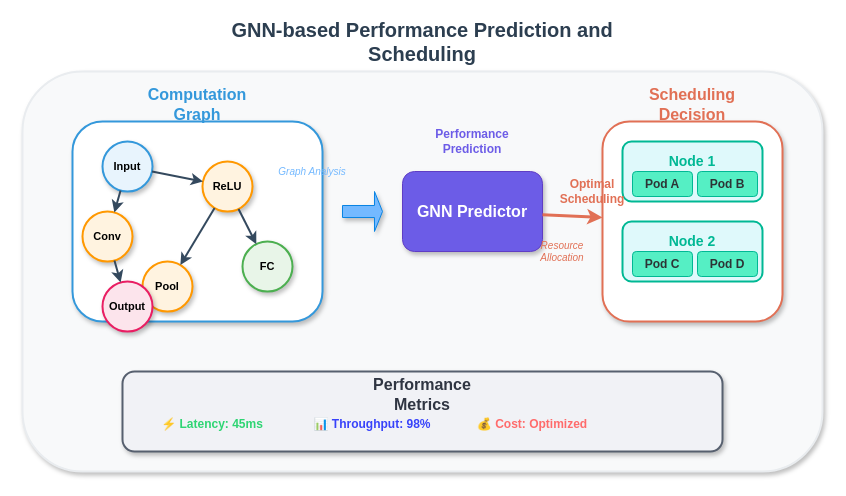
Earlier version of the draw.io diagram drawio_figs/buaa_proposal/研究技术路线.drawio (Jinghao-coding/paperstudy). Source tidied: cells renumbered, new cells numbered last; positions are measured from the earlier drawing's top-left corner, leaving out a move shared by most shapes. Both pictures are drawn from the tidied source at 100%, with x=0, y=0 at pixel (22, 21).
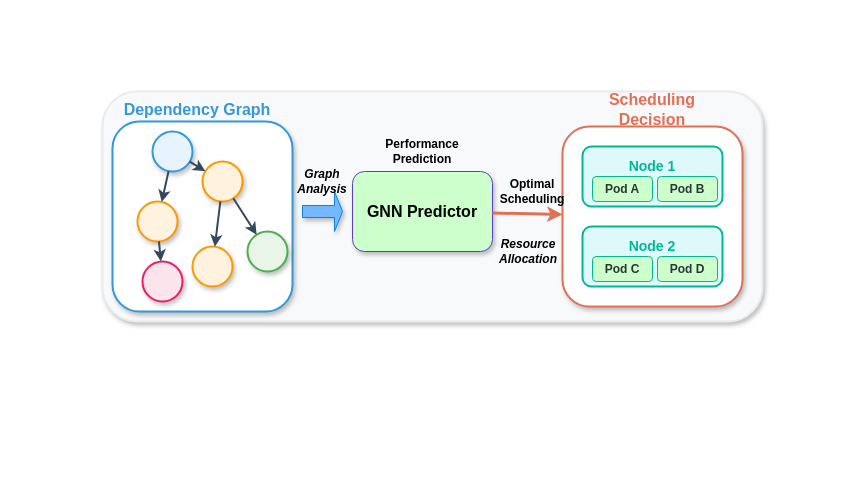
The same page after the edit.

Commit message:
更新研究技术路线.drawio

Change to the diagram source:
```diff
@@
     <mxCell id="2" style="rounded=1;whiteSpace=wrap;html=1;fillColor=#f8f9fa;strokeColor=#e9ecef;strokeWidth=2;shadow=1;" parent="1" vertex="1">
-      <mxGeometry y="50" width="800" height="400" as="geometry" />
+      <mxGeometry x="80" y="70" width="660" height="230" as="geometry" />
     </mxCell>
-    <mxCell id="3" value="GNN-based Performance Prediction and Scheduling" style="text;html=1;strokeColor=none;fillColor=none;align=center;verticalAlign=middle;whiteSpace=wrap;rounded=0;fontSize=20;fontStyle=1;fontColor=#2c3e50;" parent="1" vertex="1">
-      <mxGeometry x="200" width="400" height="40" as="geometry" />
-    </mxCell>
     <mxCell id="4" style="rounded=1;whiteSpace=wrap;html=1;fillColor=#ffffff;strokeColor=#3498db;strokeWidth=2;shadow=1;" parent="1" vertex="1">
-      <mxGeometry x="50" y="100" width="250" height="200" as="geometry" />
+      <mxGeometry x="90" y="100" width="180" height="190" as="geometry" />
     </mxCell>
-    <mxCell id="5" value="Computation Graph" style="text;html=1;strokeColor=none;fillColor=none;align=center;verticalAlign=middle;whiteSpace=wrap;rounded=0;fontSize=16;fontStyle=1;fontColor=#3498db;" parent="1" vertex="1">
-      <mxGeometry x="100" y="70" width="150" height="25" as="geometry" />
+    <mxCell id="5" value="Dependency Graph" style="text;html=1;strokeColor=none;fillColor=none;align=center;verticalAlign=middle;whiteSpace=wrap;rounded=0;fontSize=16;fontStyle=1;fontColor=#3498db;" parent="1" vertex="1">
+      <mxGeometry x="100" y="75" width="150" height="25" as="geometry" />
     </mxCell>
-    <mxCell id="6" value="Input" style="ellipse;whiteSpace=wrap;html=1;fontSize=11;fontStyle=1;fillColor=#e8f4fd;strokeColor=#3498db;strokeWidth=2;shadow=1;" parent="1" vertex="1">
-      <mxGeometry x="80" y="120" width="50" height="50" as="geometry" />
+    <mxCell id="6" style="ellipse;whiteSpace=wrap;html=1;fontSize=11;fontStyle=1;fillColor=#e8f4fd;strokeColor=#3498db;strokeWidth=2;shadow=1;" parent="1" vertex="1">
+      <mxGeometry x="130" y="110" width="40" height="40" as="geometry" />
     </mxCell>
-    <mxCell id="7" value="Conv" style="ellipse;whiteSpace=wrap;html=1;fontSize=11;fontStyle=1;fillColor=#fff3e0;strokeColor=#ff9800;strokeWidth=2;shadow=1;" parent="1" vertex="1">
-      <mxGeometry x="60" y="190" width="50" height="50" as="geometry" />
+    <mxCell id="7" style="ellipse;whiteSpace=wrap;html=1;fontSize=11;fontStyle=1;fillColor=#fff3e0;strokeColor=#ff9800;strokeWidth=2;shadow=1;" parent="1" vertex="1">
+      <mxGeometry x="115" y="180" width="40" height="40" as="geometry" />
     </mxCell>
-    <mxCell id="8" value="ReLU" style="ellipse;whiteSpace=wrap;html=1;fontSize=11;fontStyle=1;fillColor=#fff3e0;strokeColor=#ff9800;strokeWidth=2;shadow=1;" parent="1" vertex="1">
-      <mxGeometry x="180" y="140" width="50" height="50" as="geometry" />
+    <mxCell id="8" style="ellipse;whiteSpace=wrap;html=1;fontSize=11;fontStyle=1;fillColor=#fff3e0;strokeColor=#ff9800;strokeWidth=2;shadow=1;" parent="1" vertex="1">
+      <mxGeometry x="180" y="140" width="40" height="40" as="geometry" />
     </mxCell>
-    <mxCell id="9" value="Pool" style="ellipse;whiteSpace=wrap;html=1;fontSize=11;fontStyle=1;fillColor=#fff3e0;strokeColor=#ff9800;strokeWidth=2;shadow=1;" parent="1" vertex="1">
-      <mxGeometry x="120" y="240" width="50" height="50" as="geometry" />
+    <mxCell id="9" style="ellipse;whiteSpace=wrap;html=1;fontSize=11;fontStyle=1;fillColor=#fff3e0;strokeColor=#ff9800;strokeWidth=2;shadow=1;" parent="1" vertex="1">
+      <mxGeometry x="170" y="225" width="40" height="40" as="geometry" />
     </mxCell>
-    <mxCell id="10" value="FC" style="ellipse;whiteSpace=wrap;html=1;fontSize=11;fontStyle=1;fillColor=#e8f5e8;strokeColor=#4caf50;strokeWidth=2;shadow=1;" parent="1" vertex="1">
-      <mxGeometry x="220" y="220" width="50" height="50" as="geometry" />
+    <mxCell id="10" style="ellipse;whiteSpace=wrap;html=1;fontSize=11;fontStyle=1;fillColor=#e8f5e8;strokeColor=#4caf50;strokeWidth=2;shadow=1;" parent="1" vertex="1">
+      <mxGeometry x="225" y="210" width="40" height="40" as="geometry" />
     </mxCell>
-    <mxCell id="11" value="Output" style="ellipse;whiteSpace=wrap;html=1;fontSize=11;fontStyle=1;fillColor=#fce4ec;strokeColor=#e91e63;strokeWidth=2;shadow=1;" parent="1" vertex="1">
-      <mxGeometry x="80" y="260" width="50" height="50" as="geometry" />
+    <mxCell id="11" style="ellipse;whiteSpace=wrap;html=1;fontSize=11;fontStyle=1;fillColor=#fce4ec;strokeColor=#e91e63;strokeWidth=2;shadow=1;" parent="1" vertex="1">
+      <mxGeometry x="120" y="240" width="40" height="40" as="geometry" />
     </mxCell>
@@
-    <mxCell id="17" value="GNN Predictor" style="rounded=1;whiteSpace=wrap;html=1;fillColor=#6c5ce7;strokeColor=#5f3dc4;fontSize=16;fontStyle=1;fontColor=#ffffff;shadow=1;" parent="1" vertex="1">
-      <mxGeometry x="380" y="150" width="140" height="80" as="geometry" />
+    <mxCell id="17" value="&lt;font style=&quot;color: rgb(0, 0, 0);&quot;&gt;GNN Predictor&lt;/font&gt;" style="rounded=1;whiteSpace=wrap;html=1;fillColor=#CCFFCC;strokeColor=#5f3dc4;fontSize=16;fontStyle=1;fontColor=#ffffff;shadow=1;" parent="1" vertex="1">
+      <mxGeometry x="330" y="150" width="140" height="80" as="geometry" />
     </mxCell>
     <mxCell id="18" style="shape=singleArrow;whiteSpace=wrap;html=1;fillColor=#74b9ff;strokeColor=#0984e3;shadow=1;" parent="1" vertex="1">
-      <mxGeometry x="320" y="170" width="40" height="40" as="geometry" />
+      <mxGeometry x="280" y="170" width="40" height="40" as="geometry" />
     </mxCell>
-    <mxCell id="19" value="Performance&#10;Prediction" style="text;html=1;strokeColor=none;fillColor=none;align=center;verticalAlign=middle;whiteSpace=wrap;rounded=0;fontSize=12;fontStyle=1;fontColor=#6c5ce7;" parent="1" vertex="1">
-      <mxGeometry x="390" y="100" width="120" height="40" as="geometry" />
+    <mxCell id="19" value="&lt;font style=&quot;color: rgb(0, 0, 0);&quot;&gt;Performance&lt;br&gt;Prediction&lt;/font&gt;" style="text;html=1;strokeColor=none;fillColor=none;align=center;verticalAlign=middle;whiteSpace=wrap;rounded=0;fontSize=12;fontStyle=1;fontColor=#6c5ce7;" parent="1" vertex="1">
+      <mxGeometry x="340" y="110" width="120" height="40" as="geometry" />
     </mxCell>
     <mxCell id="20" style="rounded=1;whiteSpace=wrap;html=1;fillColor=#ffffff;strokeColor=#e17055;strokeWidth=2;shadow=1;" parent="1" vertex="1">
-      <mxGeometry x="580" y="100" width="180" height="200" as="geometry" />
+      <mxGeometry x="540" y="105" width="180" height="180" as="geometry" />
     </mxCell>
     <mxCell id="21" value="Scheduling Decision" style="text;html=1;strokeColor=none;fillColor=none;align=center;verticalAlign=middle;whiteSpace=wrap;rounded=0;fontSize=16;fontStyle=1;fontColor=#e17055;" parent="1" vertex="1">
-      <mxGeometry x="600" y="70" width="140" height="25" as="geometry" />
+      <mxGeometry x="560" y="75" width="140" height="25" as="geometry" />
     </mxCell>
     <mxCell id="22" style="rounded=1;whiteSpace=wrap;html=1;fillColor=#dff9fb;strokeColor=#00b894;strokeWidth=2;" parent="1" vertex="1">
-      <mxGeometry x="600" y="120" width="140" height="60" as="geometry" />
+      <mxGeometry x="560" y="125" width="140" height="60" as="geometry" />
     </mxCell>
     <mxCell id="23" value="Node 1" style="text;html=1;strokeColor=none;fillColor=none;align=center;verticalAlign=middle;whiteSpace=wrap;rounded=0;fontSize=14;fontStyle=1;fontColor=#00b894;" parent="1" vertex="1">
-      <mxGeometry x="620" y="130" width="100" height="20" as="geometry" />
+      <mxGeometry x="580" y="135" width="100" height="20" as="geometry" />
     </mxCell>
-    <mxCell id="24" value="Pod A" style="rounded=1;whiteSpace=wrap;html=1;fillColor=#55efc4;strokeColor=#00b894;fontSize=12;fontStyle=1;fontColor=#2d3436;" parent="1" vertex="1">
-      <mxGeometry x="610" y="150" width="60" height="25" as="geometry" />
+    <mxCell id="24" value="Pod A" style="rounded=1;whiteSpace=wrap;html=1;fillColor=#CCFFCC;strokeColor=#00b894;fontSize=12;fontStyle=1;fontColor=#2d3436;" parent="1" vertex="1">
+      <mxGeometry x="570" y="155" width="60" height="25" as="geometry" />
     </mxCell>
-    <mxCell id="25" value="Pod B" style="rounded=1;whiteSpace=wrap;html=1;fillColor=#55efc4;strokeColor=#00b894;fontSize=12;fontStyle=1;fontColor=#2d3436;" parent="1" vertex="1">
-      <mxGeometry x="675" y="150" width="60" height="25" as="geometry" />
+    <mxCell id="25" value="Pod B" style="rounded=1;whiteSpace=wrap;html=1;fillColor=#CCFFCC;strokeColor=#00b894;fontSize=12;fontStyle=1;fontColor=#2d3436;" parent="1" vertex="1">
+      <mxGeometry x="635" y="155" width="60" height="25" as="geometry" />
     </mxCell>
     <mxCell id="26" style="rounded=1;whiteSpace=wrap;html=1;fillColor=#dff9fb;strokeColor=#00b894;strokeWidth=2;" parent="1" vertex="1">
-      <mxGeometry x="600" y="200" width="140" height="60" as="geometry" />
+      <mxGeometry x="560" y="205" width="140" height="60" as="geometry" />
     </mxCell>
     <mxCell id="27" value="Node 2" style="text;html=1;strokeColor=none;fillColor=none;align=center;verticalAlign=middle;whiteSpace=wrap;rounded=0;fontSize=14;fontStyle=1;fontColor=#00b894;" parent="1" vertex="1">
-      <mxGeometry x="620" y="210" width="100" height="20" as="geometry" />
+      <mxGeometry x="580" y="215" width="100" height="20" as="geometry" />
     </mxCell>
-    <mxCell id="28" value="Pod C" style="rounded=1;whiteSpace=wrap;html=1;fillColor=#55efc4;strokeColor=#00b894;fontSize=12;fontStyle=1;fontColor=#2d3436;" parent="1" vertex="1">
-      <mxGeometry x="610" y="230" width="60" height="25" as="geometry" />
+    <mxCell id="28" value="Pod C" style="rounded=1;whiteSpace=wrap;html=1;fillColor=#CCFFCC;strokeColor=#00b894;fontSize=12;fontStyle=1;fontColor=#2d3436;" parent="1" vertex="1">
+      <mxGeometry x="570" y="235" width="60" height="25" as="geometry" />
     </mxCell>
-    <mxCell id="29" value="Pod D" style="rounded=1;whiteSpace=wrap;html=1;fillColor=#55efc4;strokeColor=#00b894;fontSize=12;fontStyle=1;fontColor=#2d3436;" parent="1" vertex="1">
-      <mxGeometry x="675" y="230" width="60" height="25" as="geometry" />
+    <mxCell id="29" value="Pod D" style="rounded=1;whiteSpace=wrap;html=1;fillColor=#CCFFCC;strokeColor=#00b894;fontSize=12;fontStyle=1;fontColor=#2d3436;" parent="1" vertex="1">
+      <mxGeometry x="635" y="235" width="60" height="25" as="geometry" />
     </mxCell>
@@
-    <mxCell id="31" value="Optimal&#10;Scheduling" style="text;html=1;strokeColor=none;fillColor=none;align=center;verticalAlign=middle;whiteSpace=wrap;rounded=0;fontSize=12;fontStyle=1;fontColor=#e17055;" parent="1" vertex="1">
-      <mxGeometry x="530" y="150" width="80" height="40" as="geometry" />
+    <mxCell id="31" value="&lt;font style=&quot;color: rgb(0, 0, 0);&quot;&gt;Optimal&lt;br&gt;Scheduling&lt;/font&gt;" style="text;html=1;strokeColor=none;fillColor=none;align=center;verticalAlign=middle;whiteSpace=wrap;rounded=0;fontSize=12;fontStyle=1;fontColor=#e17055;" parent="1" vertex="1">
+      <mxGeometry x="470" y="150" width="80" height="40" as="geometry" />
     </mxCell>
-    <mxCell id="32" style="rounded=1;whiteSpace=wrap;html=1;fillColor=#f1f2f6;strokeColor=#57606f;strokeWidth=2;shadow=1;" parent="1" vertex="1">
-      <mxGeometry x="100" y="350" width="600" height="80" as="geometry" />
-    </mxCell>
-    <mxCell id="33" value="Performance Metrics" style="text;html=1;strokeColor=none;fillColor=none;align=center;verticalAlign=middle;whiteSpace=wrap;rounded=0;fontSize=16;fontStyle=1;fontColor=#2f3542;" parent="1" vertex="1">
-      <mxGeometry x="350" y="360" width="100" height="25" as="geometry" />
-    </mxCell>
-    <mxCell id="34" value="⚡ Latency: 45ms" style="text;html=1;strokeColor=none;fillColor=none;align=center;verticalAlign=middle;whiteSpace=wrap;rounded=0;fontSize=12;fontStyle=1;fontColor=#2ed573;" parent="1" vertex="1">
-      <mxGeometry x="130" y="390" width="120" height="25" as="geometry" />
-    </mxCell>
-    <mxCell id="35" value="📊 Throughput: 98%" style="text;html=1;strokeColor=none;fillColor=none;align=center;verticalAlign=middle;whiteSpace=wrap;rounded=0;fontSize=12;fontStyle=1;fontColor=#3742fa;" parent="1" vertex="1">
-      <mxGeometry x="290" y="390" width="120" height="25" as="geometry" />
-    </mxCell>
-    <mxCell id="36" value="💰 Cost: Optimized" style="text;html=1;strokeColor=none;fillColor=none;align=center;verticalAlign=middle;whiteSpace=wrap;rounded=0;fontSize=12;fontStyle=1;fontColor=#ff6b6b;" parent="1" vertex="1">
-      <mxGeometry x="450" y="390" width="120" height="25" as="geometry" />
-    </mxCell>
-    <mxCell id="37" value="Graph Analysis" style="text;html=1;strokeColor=none;fillColor=none;align=center;verticalAlign=middle;whiteSpace=wrap;rounded=0;fontSize=10;fontStyle=2;fontColor=#74b9ff;" parent="1" vertex="1">
-      <mxGeometry x="250" y="140" width="80" height="20" as="geometry" />
+    <mxCell id="37" value="&lt;font style=&quot;color: rgb(0, 0, 0); font-size: 12px;&quot;&gt;&lt;b&gt;Graph Analysis&lt;/b&gt;&lt;/font&gt;" style="text;html=1;strokeColor=none;fillColor=none;align=center;verticalAlign=middle;whiteSpace=wrap;rounded=0;fontSize=10;fontStyle=2;fontColor=#74b9ff;" parent="1" vertex="1">
+      <mxGeometry x="260" y="150" width="80" height="20" as="geometry" />
     </mxCell>
-    <mxCell id="38" value="Resource Allocation" style="text;html=1;strokeColor=none;fillColor=none;align=center;verticalAlign=middle;whiteSpace=wrap;rounded=0;fontSize=10;fontStyle=2;fontColor=#e17055;" parent="1" vertex="1">
-      <mxGeometry x="500" y="220" width="80" height="20" as="geometry" />
+    <mxCell id="38" value="&lt;font style=&quot;color: rgb(0, 0, 0); font-size: 12px;&quot;&gt;&lt;b&gt;Resource Allocation&lt;/b&gt;&lt;/font&gt;" style="text;html=1;strokeColor=none;fillColor=none;align=center;verticalAlign=middle;whiteSpace=wrap;rounded=0;fontSize=10;fontStyle=2;fontColor=#e17055;" parent="1" vertex="1">
+      <mxGeometry x="466" y="220" width="80" height="20" as="geometry" />
     </mxCell>
```
